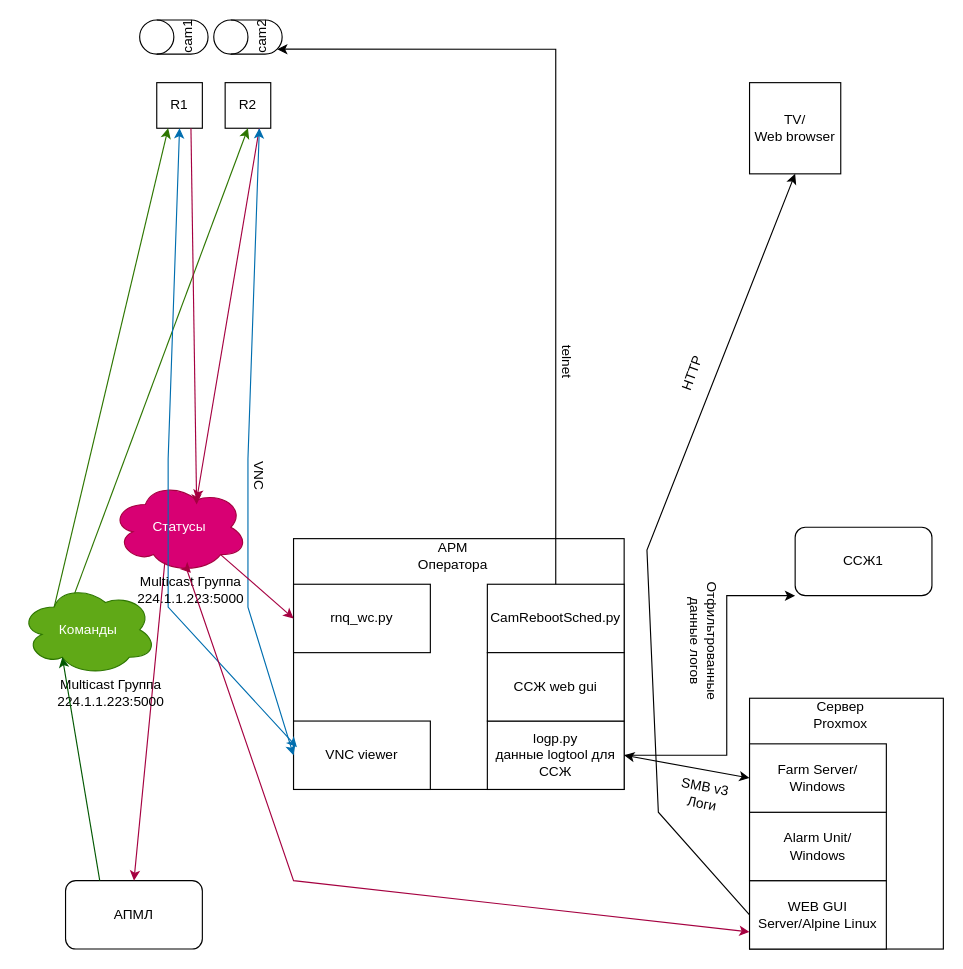
megavad/Diagrams keeps this draw.io diagram as Urozhay.drawio. Above is the earlier version. Source tidied: cells renumbered, new cells numbered last; positions are measured from the earlier drawing's top-left corner, leaving out a move shared by most shapes. Both pictures are drawn from the tidied source at 114%, with x=0, y=0 at pixel (19, 2).
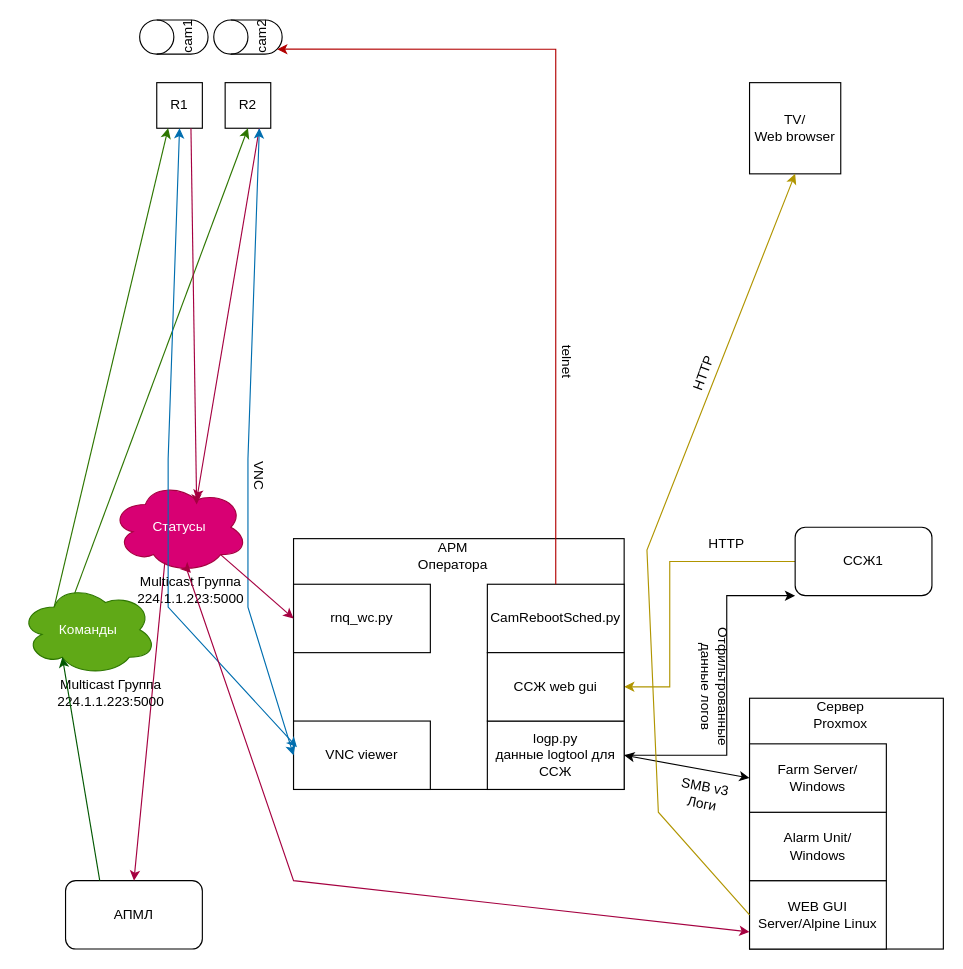
The same page after the edit.

Unchanged cells that the change refers to:
```xml
<mxCell id="7" value="ССЖ1" style="rounded=1;whiteSpace=wrap;html=1;" parent="1" vertex="1">
  <mxGeometry x="680" y="460" width="120" height="60" as="geometry" />
</mxCell>
<mxCell id="9" value="TV/&lt;div&gt;Web browser&lt;/div&gt;" style="whiteSpace=wrap;html=1;" parent="1" vertex="1">
  <mxGeometry x="640" y="70" width="80" height="80" as="geometry" />
</mxCell>
<mxCell id="13" value="WEB GUI&lt;div&gt;Server/Alpine Linux&lt;/div&gt;" style="rounded=0;whiteSpace=wrap;html=1;" parent="1" vertex="1">
  <mxGeometry x="640" y="770" width="120" height="60" as="geometry" />
</mxCell>
<mxCell id="20" value="CamRebootSched.py" style="rounded=0;whiteSpace=wrap;html=1;" parent="1" vertex="1">
  <mxGeometry x="410" y="510" width="120" height="60" as="geometry" />
</mxCell>
<mxCell id="30" value="ССЖ web gui" style="rounded=0;whiteSpace=wrap;html=1;" parent="1" vertex="1">
  <mxGeometry x="410" y="570" width="120" height="60" as="geometry" />
</mxCell>
<mxCell id="34" value="cam2" style="shape=cylinder3;whiteSpace=wrap;html=1;boundedLbl=1;backgroundOutline=1;size=15;rotation=-90;" parent="1" vertex="1">
  <mxGeometry x="185" width="30" height="60" as="geometry" />
</mxCell>
```

The edit, as a diff of the source:
```diff
@@
+    <mxCell id="45" style="edgeStyle=orthogonalEdgeStyle;rounded=0;jettySize=auto;html=1;entryX=1;entryY=0.5;entryDx=0;entryDy=0;fillColor=#e3c800;strokeColor=#B09500;" parent="1" edge="1" source="7" target="30">
+      <mxGeometry relative="1" as="geometry">
+        <Array as="points">
+          <mxPoint x="570" y="490" />
+          <mxPoint x="570" y="600" />
+        </Array>
+      </mxGeometry>
+    </mxCell>
@@
     <mxCell id="29" value="Отфильтрованные данные логов" style="text;html=1;whiteSpace=wrap;strokeColor=none;fillColor=none;align=center;verticalAlign=middle;rounded=0;rotation=90;" parent="1" vertex="1">
-      <mxGeometry x="570" y="545" width="60" height="30" as="geometry" />
+      <mxGeometry x="580" y="585" width="60" height="30" as="geometry" />
     </mxCell>
@@
-    <mxCell id="40" style="edgeStyle=orthogonalEdgeStyle;rounded=0;jettySize=auto;html=1;exitX=0.5;exitY=0;exitDx=0;exitDy=0;entryX=0.145;entryY=1;entryDx=0;entryDy=-4.35;entryPerimeter=0;" parent="1" edge="1" source="20" target="34">
+    <mxCell id="40" style="edgeStyle=orthogonalEdgeStyle;rounded=0;jettySize=auto;html=1;exitX=0.5;exitY=0;exitDx=0;exitDy=0;entryX=0.145;entryY=1;entryDx=0;entryDy=-4.35;entryPerimeter=0;fillColor=#e51400;strokeColor=#B20000;" parent="1" edge="1" source="20" target="34">
       <mxGeometry relative="1" as="geometry">
         <Array as="points">
           <mxPoint x="470" y="41" />
         </Array>
       </mxGeometry>
     </mxCell>
@@
-    <mxCell id="43" style="endArrow=classic;html=1;rounded=0;exitX=0;exitY=0.5;exitDx=0;exitDy=0;entryX=0.5;entryY=1;entryDx=0;entryDy=0;" parent="1" edge="1" source="13" target="9">
+    <mxCell id="43" style="endArrow=classic;html=1;rounded=0;exitX=0;exitY=0.5;exitDx=0;exitDy=0;entryX=0.5;entryY=1;entryDx=0;entryDy=0;fillColor=#e3c800;strokeColor=#B09500;" parent="1" edge="1" source="13" target="9">
       <mxGeometry relative="1" as="geometry">
         <Array as="points">
           <mxPoint x="560" y="710" />
           <mxPoint x="550" y="480" />
         </Array>
       </mxGeometry>
     </mxCell>
     <mxCell id="44" value="HTTP" style="text;html=1;whiteSpace=wrap;strokeColor=none;fillColor=none;align=center;verticalAlign=middle;rounded=0;rotation=-70;" parent="1" vertex="1">
-      <mxGeometry x="560" y="310" width="60" height="30" as="geometry" />
+      <mxGeometry x="570" y="310" width="60" height="30" as="geometry" />
     </mxCell>
+    <mxCell id="46" value="HTTP" style="text;html=1;whiteSpace=wrap;strokeColor=none;fillColor=none;align=center;verticalAlign=middle;rounded=0;" parent="1" vertex="1">
+      <mxGeometry x="590" y="460" width="60" height="30" as="geometry" />
+    </mxCell>
```
